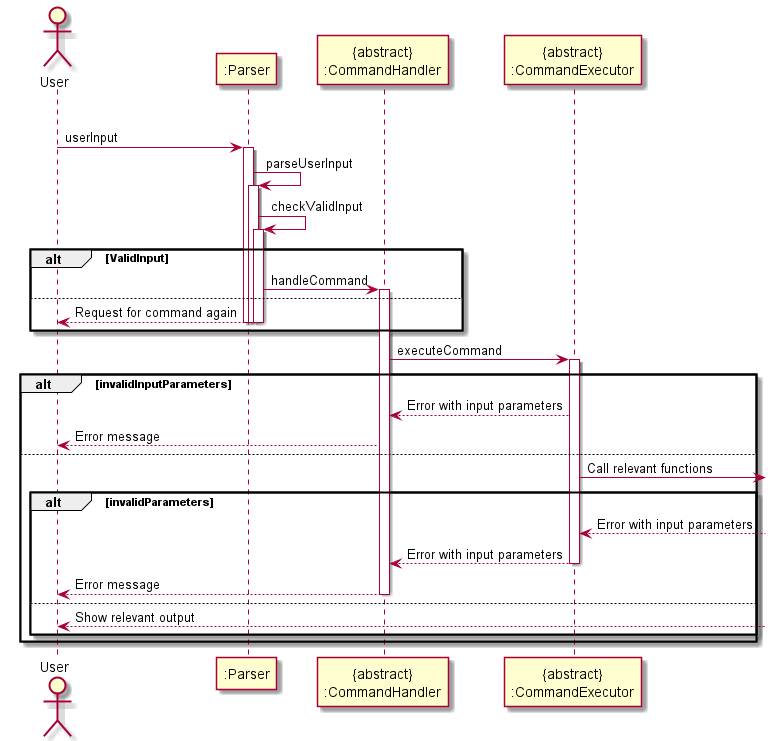
Before: docs/images/ParserSequenceDiagram.png, a diagram exported from PlantUML (nus-cs2113-AY2122S1/tp).
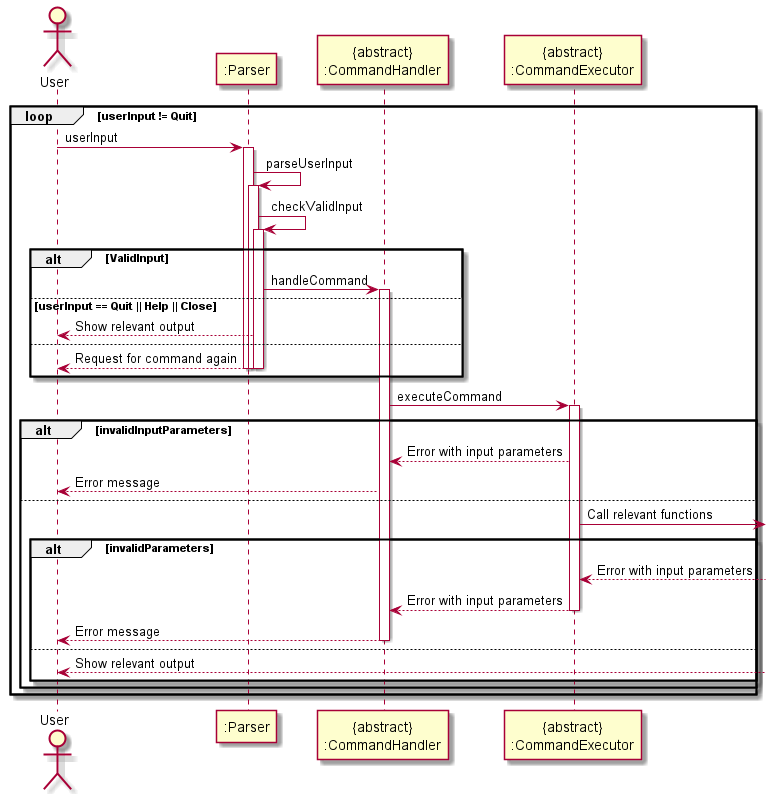
Later version of the same file.

The edit, as a diff of the source:
```diff
@@ -15,21 +15,25 @@
 activate Parser
 Parser -> CommandHandler: handleCommand
 activate CommandHandler
+
+else userInput == Quit || Help || Close
+User <-- Parser: Show relevant output
+
 else
 User <-- Parser: Request for command again
+
+
 deactivate Parser
 deactivate Parser
 deactivate Parser
-end
+end ValidInput
 
 CommandHandler -> CommandExecutor: executeCommand
-
 
 activate CommandExecutor
 alt invalidInputParameters
 CommandHandler <-- CommandExecutor: Error with input parameters
 User <-- CommandHandler: Error message
-
 
 else
 CommandExecutor -> : Call relevant functions
@@ -44,13 +48,7 @@
 else
 User <--  : Show relevant output
 
-
-
-
-
-
-
-
-end
-end
+end invalidInputParameters
+end invalidParameters
+end loop
 @enduml
```
